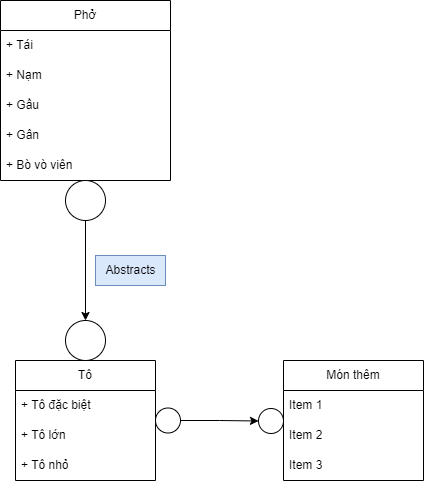
The draw.io diagram Untitled Diagram.drawio.png in ITsgu/Drawio, before a commit. Source tidied: cells renumbered, new cells last; positions are measured from the earlier drawing's top-left corner, leaving out a move shared by most shapes. Source of this version:
```xml
<mxGraphModel>
  <root>
    <mxCell id="0" />
    <mxCell id="1" parent="0" />
    <mxCell id="2" value="Phở" style="swimlane;fontStyle=0;horizontal=1;startSize=30;whiteSpace=wrap;html=1;" parent="1" vertex="1">
      <mxGeometry width="170" height="180" as="geometry" />
    </mxCell>
    <mxCell id="3" value="+ Tái&lt;span style=&quot;white-space: pre;&quot;&gt; &lt;/span&gt;" style="text;strokeColor=none;fillColor=none;align=left;verticalAlign=middle;spacingLeft=4;spacingRight=4;overflow=hidden;whiteSpace=wrap;html=1;" parent="2" vertex="1">
      <mxGeometry y="30" width="170" height="30" as="geometry" />
    </mxCell>
    <mxCell id="4" value="+ Nạm&lt;br&gt;" style="text;strokeColor=none;fillColor=none;align=left;verticalAlign=middle;spacingLeft=4;spacingRight=4;overflow=hidden;whiteSpace=wrap;html=1;" parent="2" vertex="1">
      <mxGeometry y="60" width="170" height="30" as="geometry" />
    </mxCell>
    <mxCell id="5" value="+ Gầu" style="text;strokeColor=none;fillColor=none;align=left;verticalAlign=middle;spacingLeft=4;spacingRight=4;overflow=hidden;whiteSpace=wrap;html=1;" parent="2" vertex="1">
      <mxGeometry y="90" width="170" height="30" as="geometry" />
    </mxCell>
    <mxCell id="6" value="+ Gân" style="text;strokeColor=none;fillColor=none;align=left;verticalAlign=middle;spacingLeft=4;spacingRight=4;overflow=hidden;whiteSpace=wrap;html=1;" parent="2" vertex="1">
      <mxGeometry y="120" width="170" height="30" as="geometry" />
    </mxCell>
    <mxCell id="7" value="+ Bò vò viên" style="text;strokeColor=none;fillColor=none;align=left;verticalAlign=middle;spacingLeft=4;spacingRight=4;overflow=hidden;whiteSpace=wrap;html=1;" parent="2" vertex="1">
      <mxGeometry y="150" width="170" height="30" as="geometry" />
    </mxCell>
    <mxCell id="8" style="edgeStyle=orthogonalEdgeStyle;rounded=0;jettySize=auto;html=1;" parent="1" edge="1" source="9" target="10">
      <mxGeometry relative="1" as="geometry" />
    </mxCell>
    <mxCell id="9" style="ellipse;whiteSpace=wrap;html=1;" parent="1" vertex="1">
      <mxGeometry x="65" y="180" width="40" height="40" as="geometry" />
    </mxCell>
    <mxCell id="10" style="ellipse;whiteSpace=wrap;html=1;" parent="1" vertex="1">
      <mxGeometry x="65" y="320" width="40" height="40" as="geometry" />
    </mxCell>
    <mxCell id="11" value="Tô" style="swimlane;fontStyle=0;horizontal=1;startSize=30;whiteSpace=wrap;html=1;" parent="1" vertex="1">
      <mxGeometry x="15" y="360" width="140" height="120" as="geometry" />
    </mxCell>
    <mxCell id="12" value="+ Tô đặc biệt" style="text;strokeColor=none;fillColor=none;align=left;verticalAlign=middle;spacingLeft=4;spacingRight=4;overflow=hidden;whiteSpace=wrap;html=1;" parent="11" vertex="1">
      <mxGeometry y="30" width="140" height="30" as="geometry" />
    </mxCell>
    <mxCell id="13" value="+ Tô lớn" style="text;strokeColor=none;fillColor=none;align=left;verticalAlign=middle;spacingLeft=4;spacingRight=4;overflow=hidden;whiteSpace=wrap;html=1;" parent="11" vertex="1">
      <mxGeometry y="60" width="140" height="30" as="geometry" />
    </mxCell>
    <mxCell id="14" value="+ Tô nhỏ" style="text;strokeColor=none;fillColor=none;align=left;verticalAlign=middle;spacingLeft=4;spacingRight=4;overflow=hidden;whiteSpace=wrap;html=1;" parent="11" vertex="1">
      <mxGeometry y="90" width="140" height="30" as="geometry" />
    </mxCell>
    <mxCell id="15" value="Abstracts" style="text;html=1;align=center;verticalAlign=middle;strokeColor=#6c8ebf;fillColor=#dae8fc;" parent="1" vertex="1">
      <mxGeometry x="95" y="255" width="70" height="30" as="geometry" />
    </mxCell>
    <mxCell id="16" style="edgeStyle=orthogonalEdgeStyle;rounded=0;jettySize=auto;html=1;" parent="1" edge="1" source="17" target="18">
      <mxGeometry relative="1" as="geometry" />
    </mxCell>
    <mxCell id="17" style="ellipse;whiteSpace=wrap;html=1;" parent="1" vertex="1">
      <mxGeometry x="155" y="407.5" width="25" height="25" as="geometry" />
    </mxCell>
    <mxCell id="18" style="ellipse;whiteSpace=wrap;html=1;" parent="1" vertex="1">
      <mxGeometry x="258" y="408" width="25" height="25" as="geometry" />
    </mxCell>
    <mxCell id="19" value="Món thêm" style="swimlane;fontStyle=0;horizontal=1;startSize=30;whiteSpace=wrap;html=1;" parent="1" vertex="1">
      <mxGeometry x="283" y="360" width="140" height="120" as="geometry" />
    </mxCell>
    <mxCell id="20" value="Item 1" style="text;strokeColor=none;fillColor=none;align=left;verticalAlign=middle;spacingLeft=4;spacingRight=4;overflow=hidden;whiteSpace=wrap;html=1;" parent="19" vertex="1">
      <mxGeometry y="30" width="140" height="30" as="geometry" />
    </mxCell>
    <mxCell id="21" value="Item 2" style="text;strokeColor=none;fillColor=none;align=left;verticalAlign=middle;spacingLeft=4;spacingRight=4;overflow=hidden;points=[[0,0.5],[1,0.5]];portConstraint=eastwest;whiteSpace=wrap;html=1;" parent="19" vertex="1">
      <mxGeometry y="60" width="140" height="30" as="geometry" />
    </mxCell>
    <mxCell id="22" value="Item 3" style="text;strokeColor=none;fillColor=none;align=left;verticalAlign=middle;spacingLeft=4;spacingRight=4;overflow=hidden;whiteSpace=wrap;html=1;" parent="19" vertex="1">
      <mxGeometry y="90" width="140" height="30" as="geometry" />
    </mxCell>
  </root>
</mxGraphModel>
```
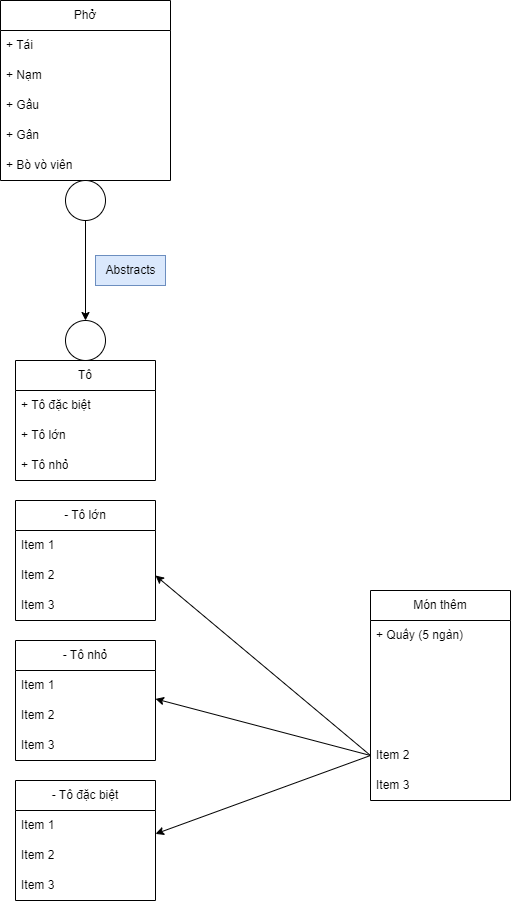
After the change.

What changed in the source:
```diff
@@ -44,26 +44,75 @@
     <mxCell id="15" value="Abstracts" style="text;html=1;align=center;verticalAlign=middle;strokeColor=#6c8ebf;fillColor=#dae8fc;" parent="1" vertex="1">
       <mxGeometry x="95" y="255" width="70" height="30" as="geometry" />
     </mxCell>
-    <mxCell id="16" style="edgeStyle=orthogonalEdgeStyle;rounded=0;jettySize=auto;html=1;" parent="1" edge="1" source="17" target="18">
-      <mxGeometry relative="1" as="geometry" />
-    </mxCell>
-    <mxCell id="17" style="ellipse;whiteSpace=wrap;html=1;" parent="1" vertex="1">
-      <mxGeometry x="155" y="407.5" width="25" height="25" as="geometry" />
-    </mxCell>
-    <mxCell id="18" style="ellipse;whiteSpace=wrap;html=1;" parent="1" vertex="1">
-      <mxGeometry x="258" y="408" width="25" height="25" as="geometry" />
-    </mxCell>
     <mxCell id="19" value="Món thêm" style="swimlane;fontStyle=0;horizontal=1;startSize=30;whiteSpace=wrap;html=1;" parent="1" vertex="1">
-      <mxGeometry x="283" y="360" width="140" height="120" as="geometry" />
+      <mxGeometry x="370" y="590" width="140" height="210" as="geometry" />
     </mxCell>
-    <mxCell id="20" value="Item 1" style="text;strokeColor=none;fillColor=none;align=left;verticalAlign=middle;spacingLeft=4;spacingRight=4;overflow=hidden;whiteSpace=wrap;html=1;" parent="19" vertex="1">
+    <mxCell id="20" value="+ Quẩy (5 ngàn)" style="text;strokeColor=none;fillColor=none;align=left;verticalAlign=middle;spacingLeft=4;spacingRight=4;overflow=hidden;whiteSpace=wrap;html=1;" parent="19" vertex="1">
       <mxGeometry y="30" width="140" height="30" as="geometry" />
     </mxCell>
+    <mxCell id="23" style="text;strokeColor=none;fillColor=none;align=left;verticalAlign=middle;spacingLeft=4;spacingRight=4;overflow=hidden;whiteSpace=wrap;html=1;" parent="19" vertex="1">
+      <mxGeometry y="60" width="140" height="30" as="geometry" />
+    </mxCell>
+    <mxCell id="24" style="text;strokeColor=none;fillColor=none;align=left;verticalAlign=middle;spacingLeft=4;spacingRight=4;overflow=hidden;whiteSpace=wrap;html=1;" parent="19" vertex="1">
+      <mxGeometry y="90" width="140" height="30" as="geometry" />
+    </mxCell>
+    <mxCell id="25" style="text;strokeColor=none;fillColor=none;align=left;verticalAlign=middle;spacingLeft=4;spacingRight=4;overflow=hidden;whiteSpace=wrap;html=1;" parent="19" vertex="1">
+      <mxGeometry y="120" width="140" height="30" as="geometry" />
+    </mxCell>
     <mxCell id="21" value="Item 2" style="text;strokeColor=none;fillColor=none;align=left;verticalAlign=middle;spacingLeft=4;spacingRight=4;overflow=hidden;points=[[0,0.5],[1,0.5]];portConstraint=eastwest;whiteSpace=wrap;html=1;" parent="19" vertex="1">
-      <mxGeometry y="60" width="140" height="30" as="geometry" />
+      <mxGeometry y="150" width="140" height="30" as="geometry" />
     </mxCell>
     <mxCell id="22" value="Item 3" style="text;strokeColor=none;fillColor=none;align=left;verticalAlign=middle;spacingLeft=4;spacingRight=4;overflow=hidden;whiteSpace=wrap;html=1;" parent="19" vertex="1">
-      <mxGeometry y="90" width="140" height="30" as="geometry" />
+      <mxGeometry y="180" width="140" height="30" as="geometry" />
     </mxCell>
+    <mxCell id="26" value="- Tô đặc biệt" style="swimlane;fontStyle=0;horizontal=1;startSize=30;whiteSpace=wrap;html=1;" parent="1" vertex="1">
+      <mxGeometry x="15" y="780" width="140" height="120" as="geometry" />
+    </mxCell>
+    <mxCell id="27" value="Item 1" style="text;strokeColor=none;fillColor=none;align=left;verticalAlign=middle;spacingLeft=4;spacingRight=4;overflow=hidden;whiteSpace=wrap;html=1;" parent="26" vertex="1">
+      <mxGeometry y="30" width="140" height="30" as="geometry" />
+    </mxCell>
+    <mxCell id="28" value="Item 2" style="text;strokeColor=none;fillColor=none;align=left;verticalAlign=middle;spacingLeft=4;spacingRight=4;overflow=hidden;whiteSpace=wrap;html=1;" parent="26" vertex="1">
+      <mxGeometry y="60" width="140" height="30" as="geometry" />
+    </mxCell>
+    <mxCell id="29" value="Item 3" style="text;strokeColor=none;fillColor=none;align=left;verticalAlign=middle;spacingLeft=4;spacingRight=4;overflow=hidden;whiteSpace=wrap;html=1;" parent="26" vertex="1">
+      <mxGeometry y="90" width="140" height="30" as="geometry" />
+    </mxCell>
+    <mxCell id="30" value="- Tô lớn" style="swimlane;fontStyle=0;horizontal=1;startSize=30;whiteSpace=wrap;html=1;" parent="1" vertex="1">
+      <mxGeometry x="15" y="500" width="140" height="120" as="geometry" />
+    </mxCell>
+    <mxCell id="31" value="Item 1" style="text;strokeColor=none;fillColor=none;align=left;verticalAlign=middle;spacingLeft=4;spacingRight=4;overflow=hidden;whiteSpace=wrap;html=1;" parent="30" vertex="1">
+      <mxGeometry y="30" width="140" height="30" as="geometry" />
+    </mxCell>
+    <mxCell id="32" value="Item 2" style="text;strokeColor=none;fillColor=none;align=left;verticalAlign=middle;spacingLeft=4;spacingRight=4;overflow=hidden;points=[[0,0.5],[1,0.5]];portConstraint=eastwest;whiteSpace=wrap;html=1;" parent="30" vertex="1">
+      <mxGeometry y="60" width="140" height="30" as="geometry" />
+    </mxCell>
+    <mxCell id="33" value="Item 3" style="text;strokeColor=none;fillColor=none;align=left;verticalAlign=middle;spacingLeft=4;spacingRight=4;overflow=hidden;whiteSpace=wrap;html=1;" parent="30" vertex="1">
+      <mxGeometry y="90" width="140" height="30" as="geometry" />
+    </mxCell>
+    <mxCell id="34" value="- Tô nhỏ" style="swimlane;fontStyle=0;horizontal=1;startSize=30;whiteSpace=wrap;html=1;" parent="1" vertex="1">
+      <mxGeometry x="15" y="640" width="140" height="120" as="geometry" />
+    </mxCell>
+    <mxCell id="35" value="Item 1" style="text;strokeColor=none;fillColor=none;align=left;verticalAlign=middle;spacingLeft=4;spacingRight=4;overflow=hidden;whiteSpace=wrap;html=1;" parent="34" vertex="1">
+      <mxGeometry y="30" width="140" height="30" as="geometry" />
+    </mxCell>
+    <mxCell id="36" value="Item 2" style="text;strokeColor=none;fillColor=none;align=left;verticalAlign=middle;spacingLeft=4;spacingRight=4;overflow=hidden;whiteSpace=wrap;html=1;" parent="34" vertex="1">
+      <mxGeometry y="60" width="140" height="30" as="geometry" />
+    </mxCell>
+    <mxCell id="37" value="Item 3" style="text;strokeColor=none;fillColor=none;align=left;verticalAlign=middle;spacingLeft=4;spacingRight=4;overflow=hidden;whiteSpace=wrap;html=1;" parent="34" vertex="1">
+      <mxGeometry y="90" width="140" height="30" as="geometry" />
+    </mxCell>
+    <mxCell id="38" style="endArrow=classic;html=1;rounded=0;entryX=1;entryY=0.5;entryDx=0;entryDy=0;exitX=0;exitY=0.5;exitDx=0;exitDy=0;" parent="1" edge="1" source="21" target="32">
+      <mxGeometry relative="1" as="geometry" />
+    </mxCell>
+    <mxCell id="39" style="endArrow=classic;html=1;rounded=0;entryX=1;entryY=0.5;entryDx=0;entryDy=0;exitX=0;exitY=0.5;exitDx=0;exitDy=0;" parent="1" edge="1" source="21">
+      <mxGeometry relative="1" as="geometry">
+        <mxPoint x="155" y="698.4" as="targetPoint" />
+      </mxGeometry>
+    </mxCell>
+    <mxCell id="40" style="endArrow=classic;html=1;rounded=0;entryX=1;entryY=0.5;entryDx=0;entryDy=0;exitX=0;exitY=0.5;exitDx=0;exitDy=0;" parent="1" edge="1" source="21">
+      <mxGeometry relative="1" as="geometry">
+        <mxPoint x="155" y="833.4" as="targetPoint" />
+      </mxGeometry>
+    </mxCell>
   </root>
 </mxGraphModel>
```
